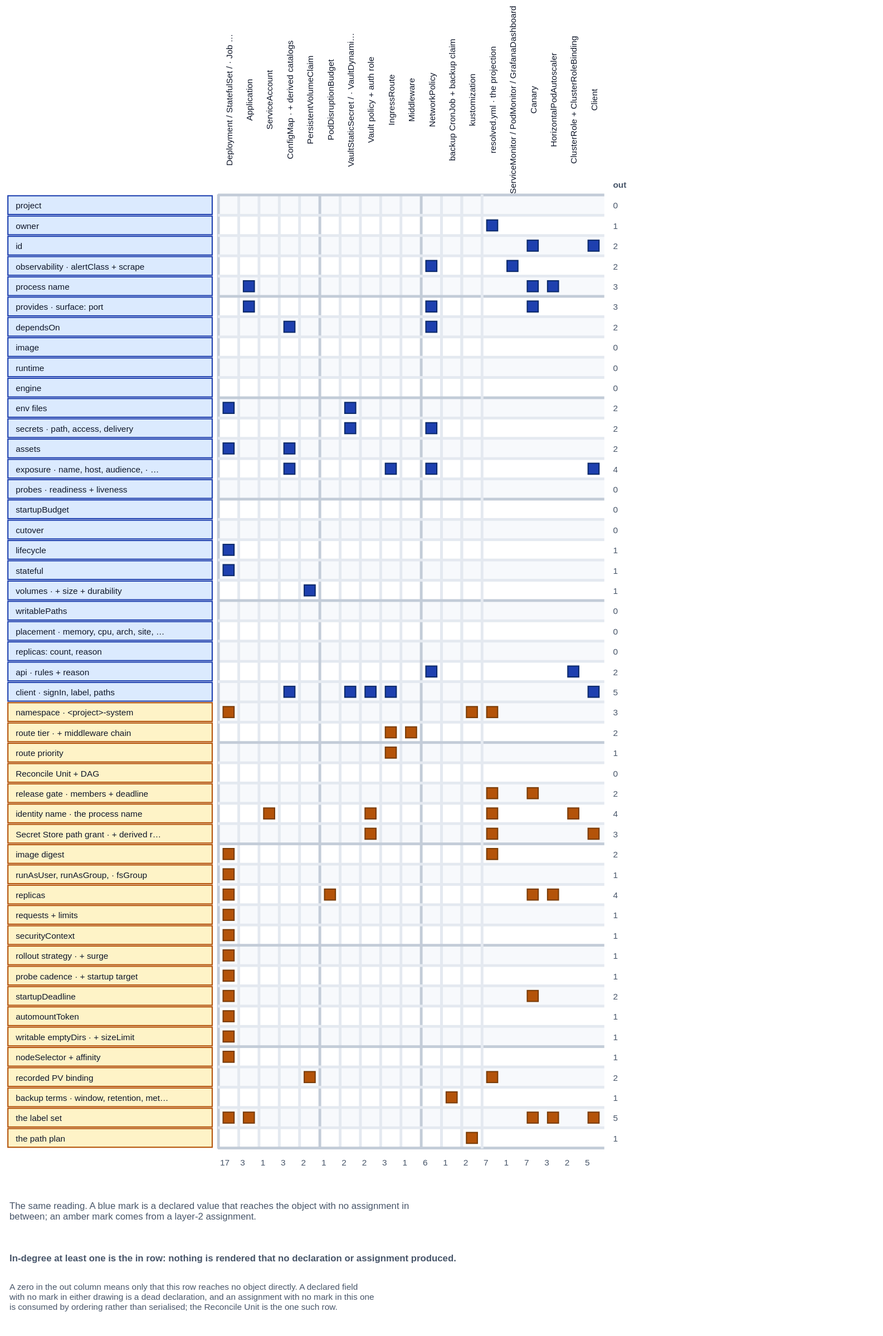
JorisJonkers-dev/deploy-kit keeps this draw.io diagram as spec/v1/diagrams/16-derivation-map-deliverables.drawio.svg. Above is the earlier version. Source tidied: cells renumbered, new cells last; positions are measured from the earlier drawing's top-left corner, leaving out a move shared by most shapes.
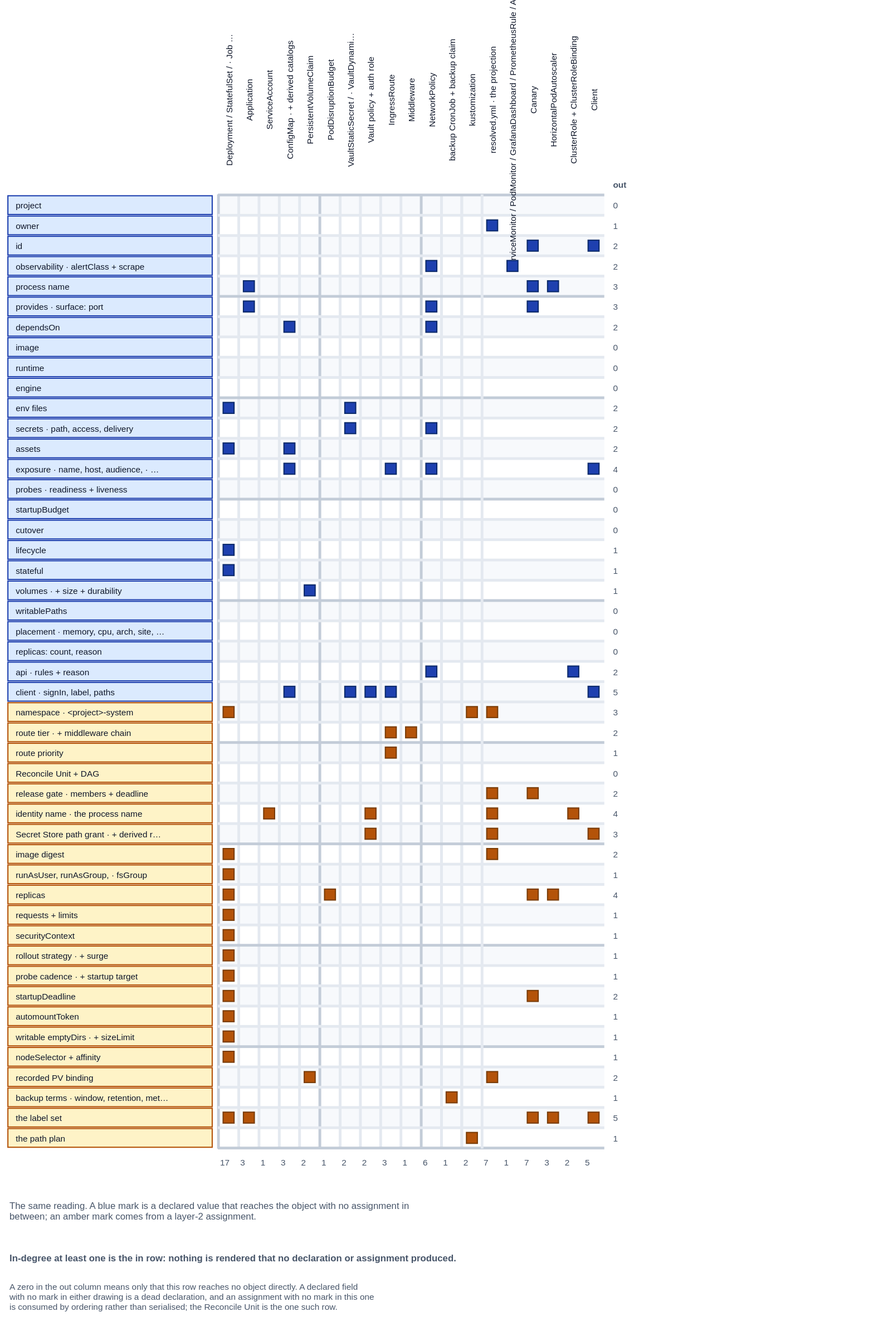
After the change.

What changed in the source:
```diff
@@ -842,7 +842,7 @@
     <mxCell id="281" value="A zero in the out column means only that this row reaches no object directly. A declared field&#10;with no mark in either drawing is a dead declaration, and an assignment with no mark in this one&#10;is consumed by ordering rather than serialised; the Reconcile Unit is the one such row." style="text;html=0;strokeColor=none;fillColor=none;align=left;verticalAlign=middle;fontFamily=Helvetica;fontSize=11;fontColor=#475569;" parent="1" vertex="1">
       <mxGeometry y="1622" width="1100" height="60" as="geometry" />
     </mxCell>
-    <mxCell id="282" value="ServiceMonitor / PodMonitor / GrafanaDashboard" style="horizontal=0;rounded=0;whiteSpace=nowrap;html=0;align=center;verticalAlign=middle;fillColor=none;strokeColor=none;strokeWidth=1.5;fontFamily=Helvetica;fontSize=11;fontColor=#0f172a;" parent="1" vertex="1">
+    <mxCell id="282" value="ServiceMonitor / PodMonitor / GrafanaDashboard / PrometheusRule / AlertmanagerConfig" style="horizontal=0;rounded=0;whiteSpace=nowrap;html=0;align=center;verticalAlign=middle;fillColor=none;strokeColor=none;strokeWidth=1.5;fontFamily=Helvetica;fontSize=11;fontColor=#0f172a;" parent="1" vertex="1">
       <mxGeometry x="634" width="26" height="236" as="geometry" />
     </mxCell>
     <mxCell id="283" style="rounded=0;whiteSpace=nowrap;html=0;align=center;verticalAlign=middle;fillColor=#1e40af;strokeColor=#0b2a6b;strokeWidth=1.5;fontFamily=Helvetica;fontSize=12;fontColor=#0f172a;" parent="1" vertex="1">
```
